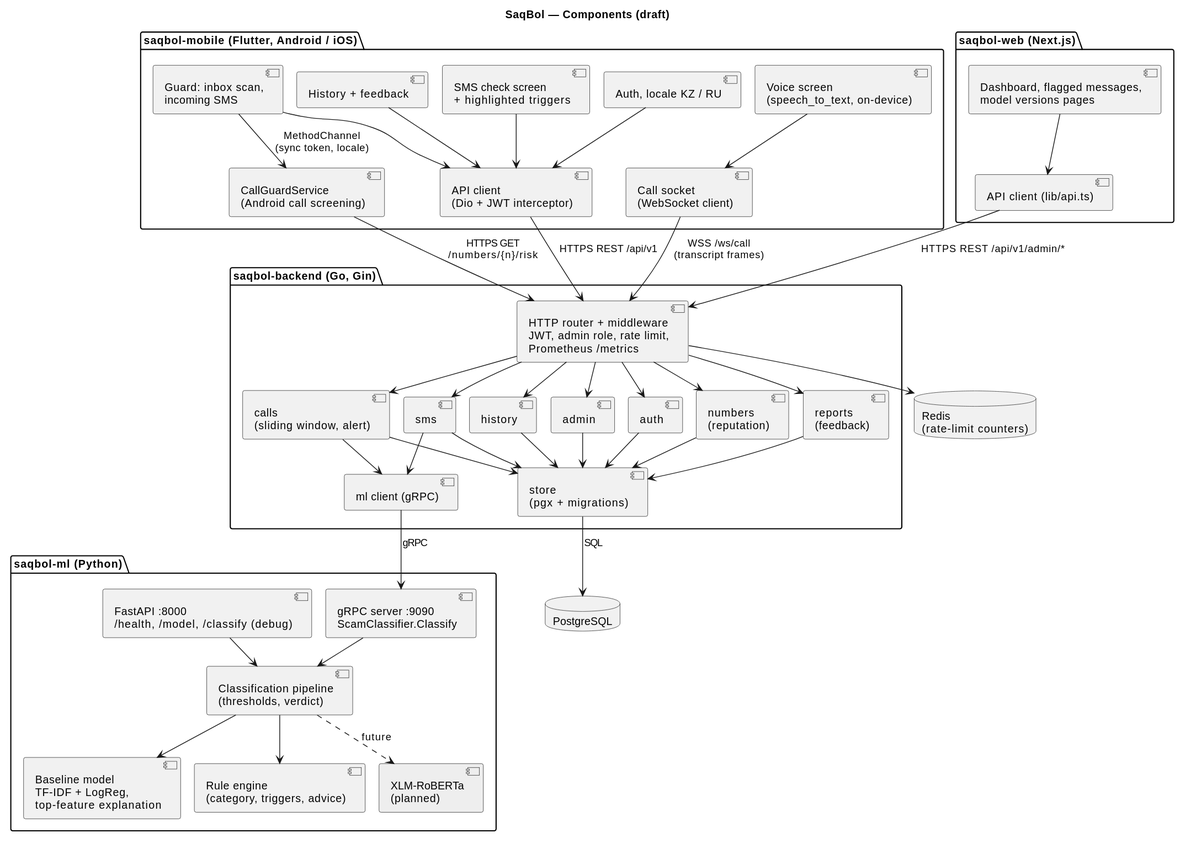
This is diagrams/export/component.svg from DanialMyrzatayevMuratovich/saqbol, a PlantUML export, as it was before one commit.
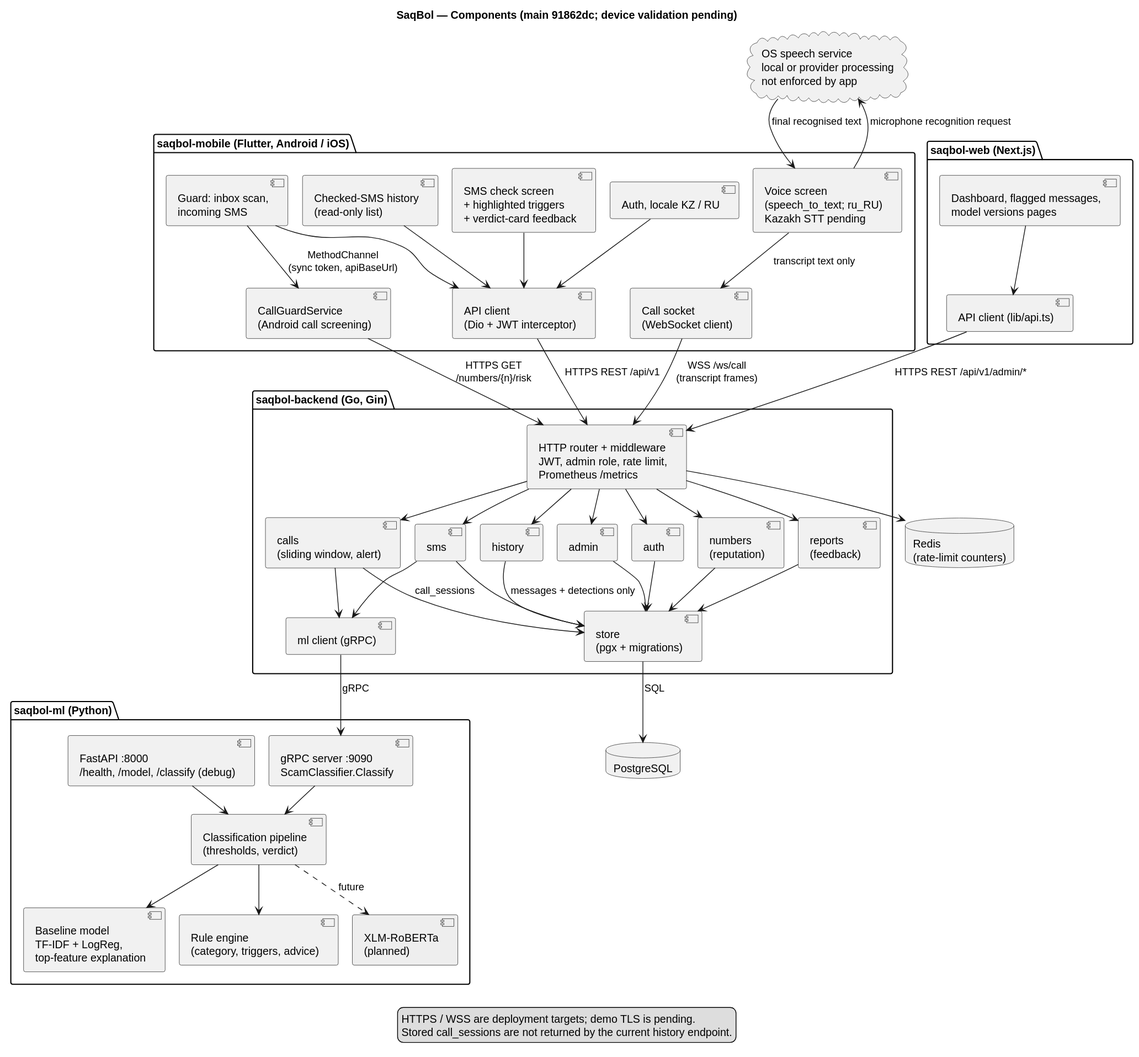
Above is the later version.

Change to the diagram source:
```diff
@@ -5,14 +5,14 @@
 skinparam nodesep 40
 skinparam ranksep 60
 
-title SaqBol — Components (draft)
+title SaqBol — Components (main 91862dc; device validation pending)
 
 package "saqbol-mobile (Flutter, Android / iOS)" {
-  [SMS check screen\n+ highlighted triggers] as MSms
+  [SMS check screen\n+ highlighted triggers\n+ verdict-card feedback] as MSms
   [Guard: inbox scan,\nincoming SMS] as MGuard
-  [History + feedback] as MHist
+  [Checked-SMS history\n(read-only list)] as MHist
   [Auth, locale KZ / RU] as MAuth
-  [Voice screen\n(speech_to_text, on-device)] as MVoice
+  [Voice screen\n(speech_to_text; ru_RU)\nKazakh STT pending] as MVoice
   [CallGuardService\n(Android call screening)] as MCallSvc
   [API client\n(Dio + JWT interceptor)] as MApi
   [Call socket\n(WebSocket client)] as MSock
@@ -47,13 +47,16 @@
 
 database "PostgreSQL" as PG
 database "Redis\n(rate-limit counters)" as Redis
+cloud "OS speech service\nlocal or provider processing\nnot enforced by app" as STT
 
 MSms --> MApi
 MGuard --> MApi
 MHist --> MApi
 MAuth --> MApi
-MGuard --> MCallSvc : MethodChannel\n(sync token, locale)
-MVoice --> MSock
+MGuard --> MCallSvc : MethodChannel\n(sync token, apiBaseUrl)
+MVoice --> STT : microphone recognition request
+STT --> MVoice : final recognised text
+MVoice --> MSock : transcript text only
 MApi --> BRouter : HTTPS REST /api/v1
 MCallSvc --> BRouter : HTTPS GET\n/numbers/{n}/risk
 MSock --> BRouter : WSS /ws/call\n(transcript frames)
@@ -76,10 +79,10 @@
 
 BAuth --> BStore
 BSms --> BStore
-BCalls --> BStore
+BCalls --> BStore : call_sessions
 BNum --> BStore
 BRep --> BStore
-BHist --> BStore
+BHist --> BStore : messages + detections only
 BAdmin --> BStore
 BStore --> PG : SQL
 
@@ -88,4 +91,8 @@
 MPipe --> MBase
 MPipe --> MRules
 MPipe ..> MXlmr : future
+legend bottom
+  HTTPS / WSS are deployment targets; demo TLS is pending.
+  Stored call_sessions are not returned by the current history endpoint.
+endlegend
 @enduml
```
